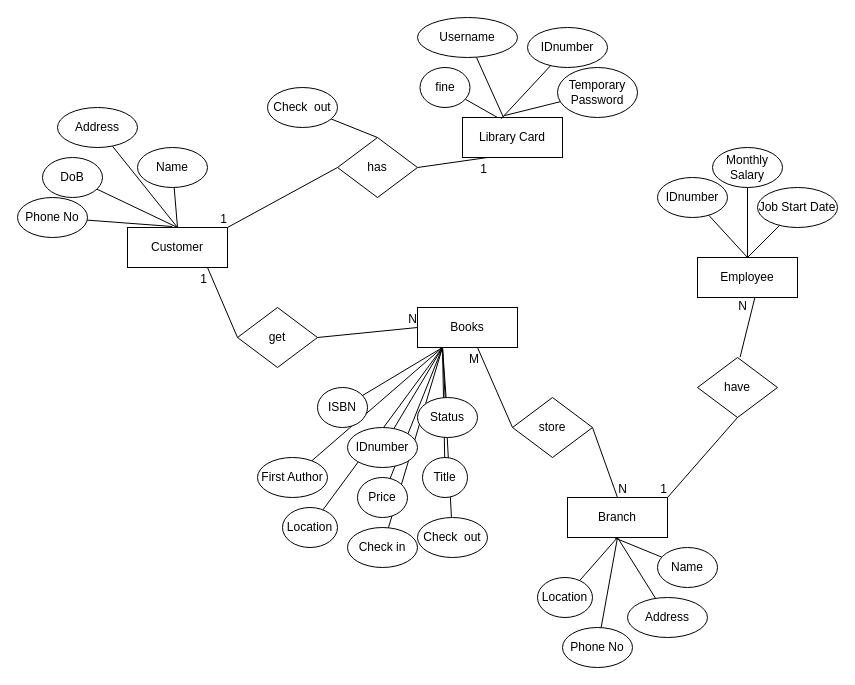
This is Case Study.drawio from ImaDeSara/ImaDeSara, a draw.io file, before an edit. Source tidied: cells renumbered, new cells numbered last; positions are measured from the earlier drawing's top-left corner, leaving out a move shared by most shapes. Both pictures are drawn from the tidied source at 100%, with x=0, y=0 at pixel (17, 17).
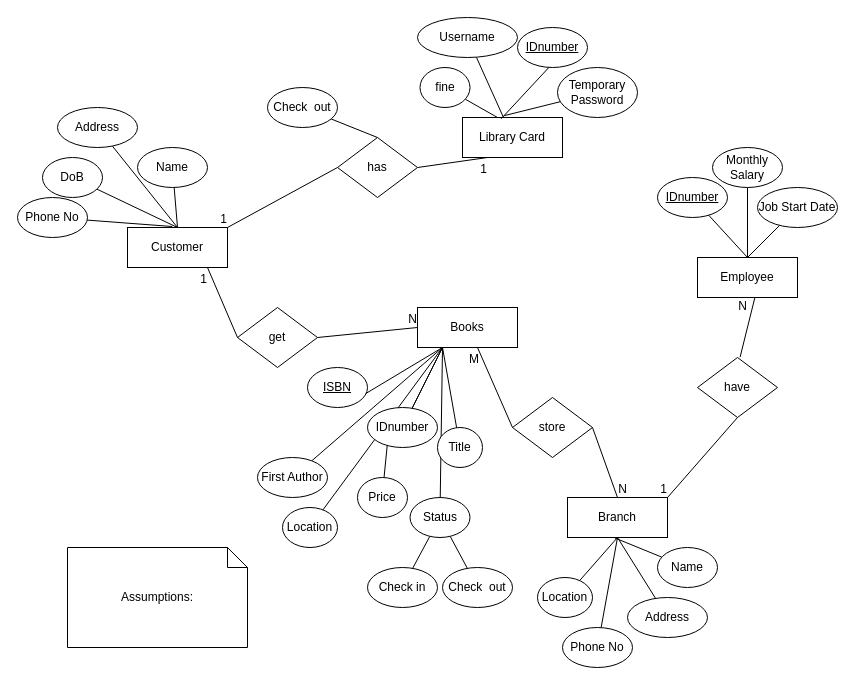
After the change.

Unchanged cells that the change refers to:
```xml
<mxCell id="3" value="Library Card" style="whiteSpace=wrap;html=1;align=center;" parent="1" vertex="1">
  <mxGeometry x="445" y="100" width="100" height="40" as="geometry" />
</mxCell>
<mxCell id="4" value="Books" style="whiteSpace=wrap;html=1;align=center;" parent="1" vertex="1">
  <mxGeometry x="400" y="290" width="100" height="40" as="geometry" />
</mxCell>
<mxCell id="6" value="Employee" style="whiteSpace=wrap;html=1;align=center;" parent="1" vertex="1">
  <mxGeometry x="680" y="240" width="100" height="40" as="geometry" />
</mxCell>
<mxCell id="59" value="Price" style="ellipse;whiteSpace=wrap;html=1;align=center;" parent="1" vertex="1">
  <mxGeometry x="340" y="460" width="50" height="40" as="geometry" />
</mxCell>
```

Diff of the diagram source:
```diff
@@
-    <mxCell id="29" style="edgeStyle=none;rounded=0;jettySize=auto;html=1;entryX=0.386;entryY=0.033;entryDx=0;entryDy=0;entryPerimeter=0;endArrow=none;endFill=0;" parent="1" edge="1" source="30" target="3">
-      <mxGeometry relative="1" as="geometry" />
+    <mxCell id="29" style="edgeStyle=none;rounded=0;jettySize=auto;html=1;entryX=0.386;entryY=0.033;entryDx=0;entryDy=0;entryPerimeter=0;endArrow=none;endFill=0;" parent="1" edge="1" target="3">
+      <mxGeometry relative="1" as="geometry">
+        <mxPoint x="533.1" y="48.1" as="sourcePoint" />
+      </mxGeometry>
     </mxCell>
-    <mxCell id="30" value="IDnumber" style="ellipse;whiteSpace=wrap;html=1;align=center;" parent="1" vertex="1">
-      <mxGeometry x="510" y="10" width="80" height="40" as="geometry" />
-    </mxCell>
@@
-    <mxCell id="43" style="edgeStyle=none;rounded=0;jettySize=auto;html=1;entryX=0.25;entryY=1;entryDx=0;entryDy=0;endArrow=none;endFill=0;" parent="1" edge="1" source="60" target="4">
-      <mxGeometry relative="1" as="geometry" />
+    <mxCell id="43" style="edgeStyle=none;rounded=0;jettySize=auto;html=1;entryX=0.25;entryY=1;entryDx=0;entryDy=0;endArrow=none;endFill=0;" parent="1" edge="1" target="4">
+      <mxGeometry relative="1" as="geometry">
+        <mxPoint x="345" y="378" as="sourcePoint" />
+      </mxGeometry>
     </mxCell>
@@
-    <mxCell id="45" style="edgeStyle=none;rounded=0;jettySize=auto;html=1;entryX=0.25;entryY=1;entryDx=0;entryDy=0;endArrow=none;endFill=0;" parent="1" edge="1" source="59" target="4">
+    <mxCell id="45" style="edgeStyle=none;rounded=0;jettySize=auto;html=1;entryX=0.25;entryY=1;entryDx=0;entryDy=0;endArrow=none;endFill=0;startArrow=none;" parent="1" edge="1" source="57" target="4">
       <mxGeometry relative="1" as="geometry" />
     </mxCell>
@@
-    <mxCell id="50" style="edgeStyle=none;rounded=0;jettySize=auto;html=1;endArrow=none;endFill=0;entryX=0.25;entryY=1;entryDx=0;entryDy=0;" parent="1" edge="1" source="51" target="4">
-      <mxGeometry relative="1" as="geometry" />
-    </mxCell>
     <mxCell id="51" value="Check in" style="ellipse;whiteSpace=wrap;html=1;align=center;" parent="1" vertex="1">
-      <mxGeometry x="330" y="510" width="70" height="40" as="geometry" />
+      <mxGeometry x="350" y="550" width="70" height="40" as="geometry" />
     </mxCell>
-    <mxCell id="52" style="edgeStyle=none;rounded=0;jettySize=auto;html=1;entryX=0.25;entryY=1;entryDx=0;entryDy=0;endArrow=none;endFill=0;" parent="1" edge="1" source="53" target="4">
-      <mxGeometry relative="1" as="geometry" />
-    </mxCell>
     <mxCell id="53" value="Check&amp;nbsp; out" style="ellipse;whiteSpace=wrap;html=1;align=center;" parent="1" vertex="1">
-      <mxGeometry x="400" y="500" width="70" height="40" as="geometry" />
+      <mxGeometry x="425" y="550" width="70" height="40" as="geometry" />
     </mxCell>
@@
+    <mxCell id="77" style="edgeStyle=none;rounded=0;jettySize=auto;html=1;endArrow=none;endFill=0;" parent="1" edge="1" source="56" target="53">
+      <mxGeometry relative="1" as="geometry" />
+    </mxCell>
+    <mxCell id="78" style="edgeStyle=none;rounded=0;jettySize=auto;html=1;endArrow=none;endFill=0;" parent="1" edge="1" source="56" target="51">
+      <mxGeometry relative="1" as="geometry" />
+    </mxCell>
     <mxCell id="56" value="Status" style="ellipse;whiteSpace=wrap;html=1;align=center;" parent="1" vertex="1">
-      <mxGeometry x="400" y="380" width="60" height="40" as="geometry" />
+      <mxGeometry x="392.5" y="480" width="60" height="40" as="geometry" />
     </mxCell>
-    <mxCell id="57" value="IDnumber" style="ellipse;whiteSpace=wrap;html=1;align=center;" parent="1" vertex="1">
-      <mxGeometry x="330" y="410" width="70" height="40" as="geometry" />
-    </mxCell>
     <mxCell id="58" value="Title" style="ellipse;whiteSpace=wrap;html=1;align=center;" parent="1" vertex="1">
-      <mxGeometry x="405" y="440" width="45" height="40" as="geometry" />
+      <mxGeometry x="420" y="410" width="45" height="40" as="geometry" />
     </mxCell>
@@
-    <mxCell id="60" value="ISBN" style="ellipse;whiteSpace=wrap;html=1;align=center;" parent="1" vertex="1">
-      <mxGeometry x="300" y="370" width="50" height="40" as="geometry" />
-    </mxCell>
@@
-    <mxCell id="69" style="edgeStyle=none;rounded=0;jettySize=auto;html=1;entryX=0.5;entryY=0;entryDx=0;entryDy=0;endArrow=none;endFill=0;" parent="1" edge="1" source="70" target="6">
-      <mxGeometry relative="1" as="geometry" />
+    <mxCell id="69" style="edgeStyle=none;rounded=0;jettySize=auto;html=1;entryX=0.5;entryY=0;entryDx=0;entryDy=0;endArrow=none;endFill=0;" parent="1" edge="1" target="6">
+      <mxGeometry relative="1" as="geometry">
+        <mxPoint x="691.2" y="197.7" as="sourcePoint" />
+      </mxGeometry>
     </mxCell>
-    <mxCell id="70" value="IDnumber" style="ellipse;whiteSpace=wrap;html=1;align=center;" parent="1" vertex="1">
-      <mxGeometry x="640" y="160" width="70" height="40" as="geometry" />
-    </mxCell>
@@
+    <mxCell id="79" value="Assumptions:" style="shape=note;size=20;whiteSpace=wrap;html=1;" parent="1" vertex="1">
+      <mxGeometry x="50" y="530" width="180" height="100" as="geometry" />
+    </mxCell>
+    <mxCell id="60" value="ISBN" style="ellipse;whiteSpace=wrap;html=1;align=center;fontStyle=4;" parent="1" vertex="1">
+      <mxGeometry x="290" y="350" width="60" height="40" as="geometry" />
+    </mxCell>
+    <mxCell id="80" value="IDnumber" style="ellipse;whiteSpace=wrap;html=1;align=center;fontStyle=4;" parent="1" vertex="1">
+      <mxGeometry x="500" y="10" width="70" height="40" as="geometry" />
+    </mxCell>
+    <mxCell id="81" value="IDnumber" style="ellipse;whiteSpace=wrap;html=1;align=center;fontStyle=4;" parent="1" vertex="1">
+      <mxGeometry x="640" y="160" width="70" height="40" as="geometry" />
+    </mxCell>
+    <mxCell id="57" value="IDnumber" style="ellipse;whiteSpace=wrap;html=1;align=center;" parent="1" vertex="1">
+      <mxGeometry x="350" y="390" width="70" height="40" as="geometry" />
+    </mxCell>
+    <mxCell id="82" style="edgeStyle=none;rounded=0;jettySize=auto;html=1;entryX=0.25;entryY=1;entryDx=0;entryDy=0;endArrow=none;endFill=0;" parent="1" edge="1" source="59" target="57">
+      <mxGeometry relative="1" as="geometry" />
+    </mxCell>
```
